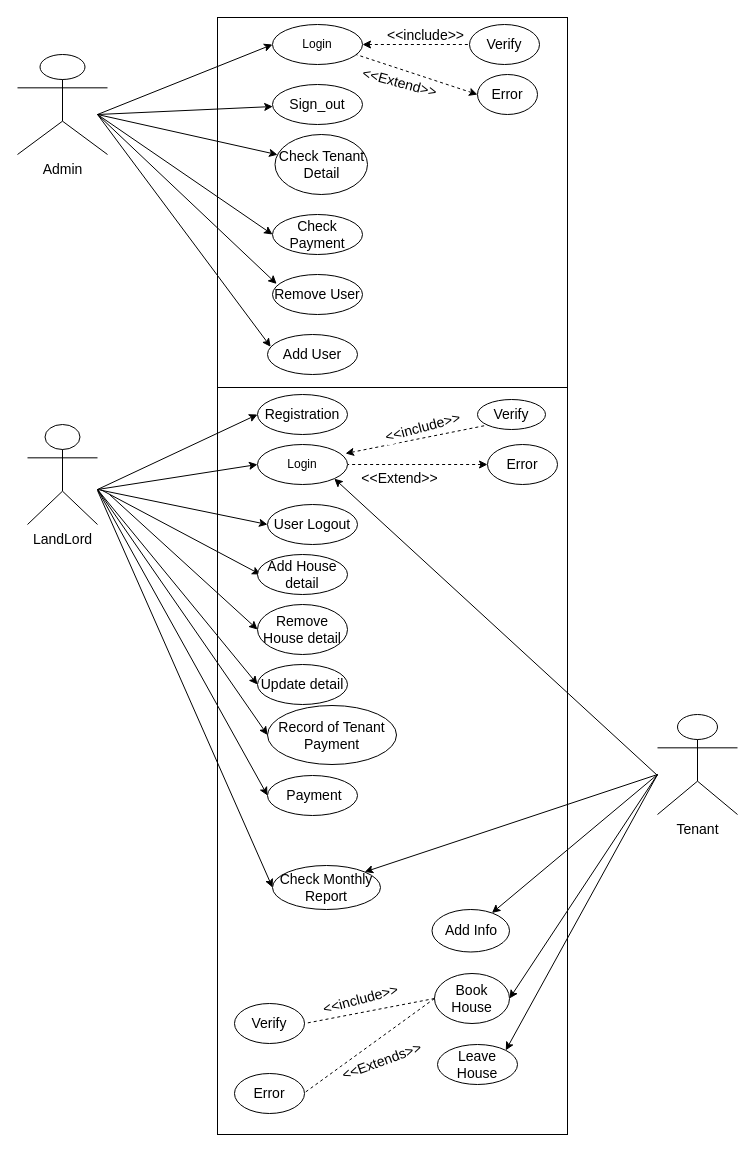
The draw.io diagram page "UseCase" (5 of 7) of GharBeti(Diagrams).drawio in Sbdpratik/gharbeti, before the edit. Source tidied: cells renumbered, new cells numbered last; positions are measured from the earlier drawing's top-left corner, leaving out a move shared by most shapes. Both pictures are drawn from the tidied source at 100%, with x=0, y=0 at pixel (17, 17).
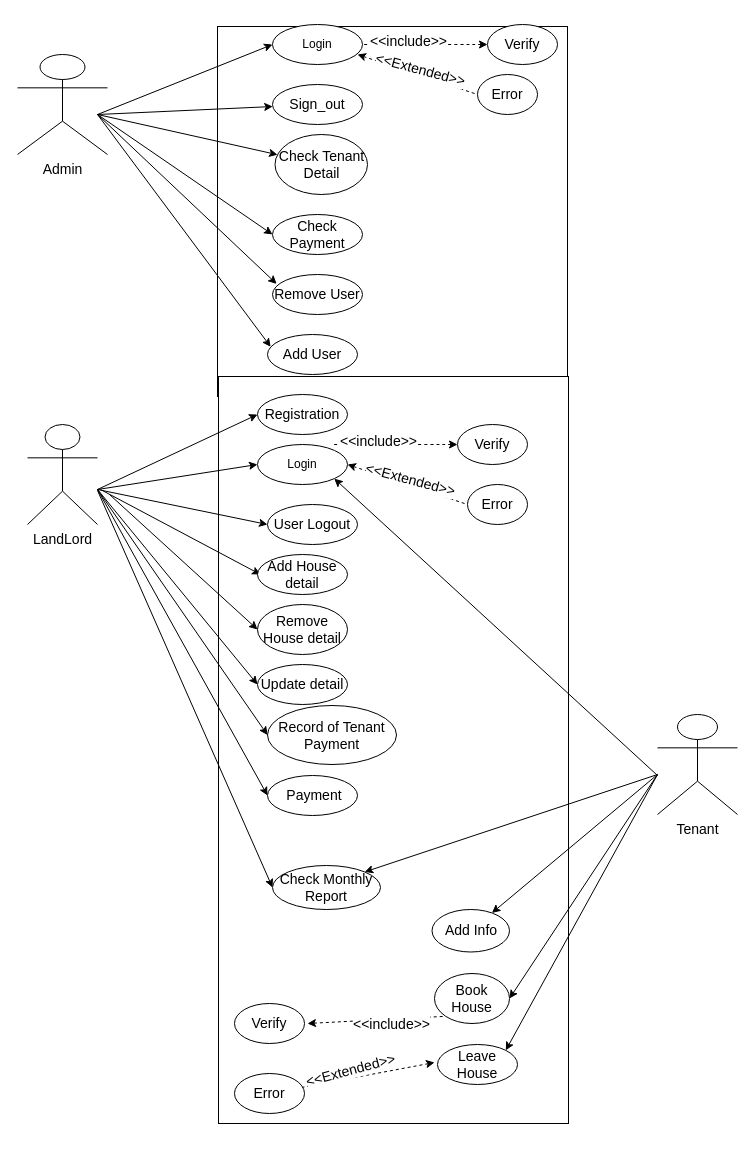
The same page after the edit.

The change refers to these unchanged cells:
```xml
<mxCell id="4" value="Login" style="ellipse;whiteSpace=wrap;html=1;" parent="1" vertex="1">
  <mxGeometry x="255" y="7" width="90" height="40" as="geometry" />
</mxCell>
<mxCell id="9" value="Login" style="ellipse;whiteSpace=wrap;html=1;" parent="1" vertex="1">
  <mxGeometry x="240" y="427" width="90" height="40" as="geometry" />
</mxCell>
<mxCell id="12" value="&lt;font style=&quot;font-size: 14px&quot;&gt;Error&lt;/font&gt;" style="ellipse;whiteSpace=wrap;html=1;" parent="1" vertex="1">
  <mxGeometry x="460" y="57" width="60" height="40" as="geometry" />
</mxCell>
<mxCell id="43" value="&lt;font style=&quot;font-size: 14px&quot;&gt;Book House&lt;/font&gt;" style="ellipse;whiteSpace=wrap;html=1;rounded=1;" parent="1" vertex="1">
  <mxGeometry x="417" y="956" width="75" height="50" as="geometry" />
</mxCell>
<mxCell id="46" value="&lt;font style=&quot;font-size: 14px&quot;&gt;Error&lt;/font&gt;" style="ellipse;whiteSpace=wrap;html=1;rounded=1;" parent="1" vertex="1">
  <mxGeometry x="217" y="1056" width="70" height="40" as="geometry" />
</mxCell>
<mxCell id="47" value="&lt;font style=&quot;font-size: 14px&quot;&gt;Verify&lt;/font&gt;" style="ellipse;whiteSpace=wrap;html=1;rounded=1;" parent="1" vertex="1">
  <mxGeometry x="217" y="986" width="70" height="40" as="geometry" />
</mxCell>
```

Change to the diagram source:
```diff
@@
     <mxCell id="2" style="rounded=0;whiteSpace=wrap;html=1;" parent="1" vertex="1">
-      <mxGeometry x="200" width="350" height="370" as="geometry" />
+      <mxGeometry x="200" y="9" width="350" height="370" as="geometry" />
     </mxCell>
     <mxCell id="3" style="rounded=0;whiteSpace=wrap;html=1;" parent="1" vertex="1">
-      <mxGeometry x="200" y="370" width="350" height="747" as="geometry" />
+      <mxGeometry x="201" y="359" width="350" height="747" as="geometry" />
     </mxCell>
@@
     <mxCell id="13" value="&lt;font style=&quot;font-size: 14px&quot;&gt;Verify&lt;/font&gt;" style="ellipse;whiteSpace=wrap;html=1;" parent="1" vertex="1">
-      <mxGeometry x="452" y="7" width="70" height="40" as="geometry" />
+      <mxGeometry x="470" y="7" width="70" height="40" as="geometry" />
     </mxCell>
-    <mxCell id="14" style="endArrow=none;dashed=1;html=1;entryX=0;entryY=0.5;entryDx=0;entryDy=0;startArrow=classic;startFill=1;" parent="1" edge="1" target="13">
-      <mxGeometry relative="1" as="geometry">
-        <mxPoint x="345" y="27" as="sourcePoint" />
-      </mxGeometry>
-    </mxCell>
-    <mxCell id="15" value="&lt;font style=&quot;font-size: 14px&quot;&gt;&amp;lt;&amp;lt;include&amp;gt;&amp;gt;&lt;/font&gt;" style="edgeLabel;html=1;align=center;verticalAlign=middle;" parent="14" vertex="1">
-      <mxGeometry x="0.25" y="2" relative="1" as="geometry">
-        <mxPoint x="-5" y="-8" as="offset" />
-      </mxGeometry>
-    </mxCell>
@@
-    <mxCell id="33" value="&lt;font style=&quot;font-size: 14px&quot;&gt;Error&lt;/font&gt;" style="ellipse;whiteSpace=wrap;html=1;" parent="1" vertex="1">
-      <mxGeometry x="470" y="427" width="70" height="40" as="geometry" />
-    </mxCell>
-    <mxCell id="34" value="&lt;font style=&quot;font-size: 14px&quot;&gt;Verify&lt;/font&gt;" style="ellipse;whiteSpace=wrap;html=1;" parent="1" vertex="1">
-      <mxGeometry x="460" y="382" width="68" height="30" as="geometry" />
-    </mxCell>
@@
-    <mxCell id="48" style="endArrow=none;dashed=1;html=1;entryX=1;entryY=0.5;entryDx=0;entryDy=0;exitX=0;exitY=0.5;exitDx=0;exitDy=0;" parent="1" edge="1" source="43" target="47">
-      <mxGeometry relative="1" as="geometry" />
-    </mxCell>
-    <mxCell id="49" value="&lt;font style=&quot;font-size: 14px&quot;&gt;&amp;lt;&amp;lt;include&amp;gt;&amp;gt;&lt;/font&gt;" style="edgeLabel;html=1;align=center;verticalAlign=middle;rotation=-15;" parent="48" vertex="1">
-      <mxGeometry x="0.57" y="2" relative="1" as="geometry">
-        <mxPoint x="27" y="-21" as="offset" />
-      </mxGeometry>
-    </mxCell>
-    <mxCell id="50" style="endArrow=none;dashed=1;html=1;entryX=0;entryY=0.5;entryDx=0;entryDy=0;exitX=0;exitY=0.5;exitDx=0;exitDy=0;" parent="1" edge="1" source="43">
-      <mxGeometry relative="1" as="geometry">
-        <mxPoint x="286" y="1076" as="targetPoint" />
-      </mxGeometry>
-    </mxCell>
-    <mxCell id="51" value="&lt;font style=&quot;font-size: 14px&quot;&gt;&amp;lt;&amp;lt;Extends&amp;gt;&amp;gt;&lt;/font&gt;" style="edgeLabel;html=1;align=center;verticalAlign=middle;rotation=-20;" parent="50" vertex="1">
-      <mxGeometry x="0.35" y="3" relative="1" as="geometry">
-        <mxPoint x="33" y="-4" as="offset" />
-      </mxGeometry>
-    </mxCell>
@@
-    <mxCell id="57" style="endArrow=none;dashed=1;html=1;entryX=0;entryY=0.5;entryDx=0;entryDy=0;startArrow=classic;startFill=1;exitX=0;exitY=0.5;exitDx=0;exitDy=0;" parent="1" edge="1" source="12">
-      <mxGeometry relative="1" as="geometry">
-        <mxPoint x="338.5" y="37" as="targetPoint" />
-      </mxGeometry>
-    </mxCell>
-    <mxCell id="58" value="&lt;font style=&quot;font-size: 14px&quot;&gt;&amp;lt;&amp;lt;Extend&amp;gt;&amp;gt;&lt;/font&gt;" style="edgeLabel;html=1;align=center;verticalAlign=middle;rotation=15;" parent="57" vertex="1">
-      <mxGeometry x="0.25" y="2" relative="1" as="geometry">
-        <mxPoint x="-2" y="11" as="offset" />
-      </mxGeometry>
-    </mxCell>
-    <mxCell id="59" style="endArrow=none;dashed=1;html=1;startArrow=classic;startFill=1;entryX=0;entryY=1;entryDx=0;entryDy=0;exitX=0.978;exitY=0.225;exitDx=0;exitDy=0;exitPerimeter=0;" parent="1" edge="1" source="9" target="34">
-      <mxGeometry relative="1" as="geometry" />
-    </mxCell>
-    <mxCell id="60" value="&lt;font style=&quot;font-size: 14px&quot;&gt;&amp;lt;&amp;lt;include&amp;gt;&amp;gt;&lt;/font&gt;" style="edgeLabel;html=1;align=center;verticalAlign=middle;rotation=-15;" parent="59" vertex="1">
-      <mxGeometry x="0.25" y="2" relative="1" as="geometry">
-        <mxPoint x="-11.5" y="-7" as="offset" />
-      </mxGeometry>
-    </mxCell>
-    <mxCell id="61" style="endArrow=none;dashed=1;html=1;entryX=0;entryY=0.5;entryDx=0;entryDy=0;startArrow=classic;startFill=1;exitX=0;exitY=0.5;exitDx=0;exitDy=0;" parent="1" edge="1" source="33">
-      <mxGeometry relative="1" as="geometry">
-        <mxPoint x="330.5" y="447" as="targetPoint" />
-      </mxGeometry>
-    </mxCell>
-    <mxCell id="62" value="&lt;font style=&quot;font-size: 14px&quot;&gt;&amp;lt;&amp;lt;Extend&amp;gt;&amp;gt;&lt;/font&gt;" style="edgeLabel;html=1;align=center;verticalAlign=middle;rotation=0;" parent="61" vertex="1">
-      <mxGeometry x="0.25" y="2" relative="1" as="geometry">
-        <mxPoint x="-2" y="11" as="offset" />
-      </mxGeometry>
-    </mxCell>
+    <mxCell id="63" style="endArrow=none;dashed=1;html=1;entryX=1;entryY=0.5;entryDx=0;entryDy=0;startArrow=classic;startFill=1;exitX=0;exitY=0.5;exitDx=0;exitDy=0;" parent="1" edge="1" source="13" target="4">
+      <mxGeometry relative="1" as="geometry">
+        <Array as="points">
+          <mxPoint x="447" y="27" />
+        </Array>
+      </mxGeometry>
+    </mxCell>
+    <mxCell id="64" value="&lt;font style=&quot;font-size: 14px&quot;&gt;&amp;lt;&amp;lt;include&amp;gt;&amp;gt;&lt;/font&gt;" style="edgeLabel;html=1;align=center;verticalAlign=middle;rotation=0;" parent="63" vertex="1">
+      <mxGeometry x="0.25" y="2" relative="1" as="geometry">
+        <mxPoint x="-2" y="-6" as="offset" />
+      </mxGeometry>
+    </mxCell>
+    <mxCell id="65" style="endArrow=none;dashed=1;html=1;startArrow=classic;startFill=1;entryX=0;entryY=0.5;entryDx=0;entryDy=0;exitX=0.978;exitY=0.225;exitDx=0;exitDy=0;exitPerimeter=0;" parent="1" edge="1" target="12">
+      <mxGeometry relative="1" as="geometry">
+        <mxPoint x="340" y="37" as="sourcePoint" />
+      </mxGeometry>
+    </mxCell>
+    <mxCell id="66" value="&lt;font style=&quot;font-size: 14px&quot;&gt;&amp;lt;&amp;lt;Extended&amp;gt;&amp;gt;&lt;/font&gt;" style="edgeLabel;html=1;align=center;verticalAlign=middle;rotation=15;" parent="65" vertex="1">
+      <mxGeometry x="0.25" y="2" relative="1" as="geometry">
+        <mxPoint x="-13.4" y="-8.6" as="offset" />
+      </mxGeometry>
+    </mxCell>
+    <mxCell id="67" style="endArrow=none;dashed=1;html=1;startArrow=classic;startFill=1;entryX=0;entryY=0.5;entryDx=0;entryDy=0;exitX=0.978;exitY=0.225;exitDx=0;exitDy=0;exitPerimeter=0;" parent="1" edge="1" target="33">
+      <mxGeometry relative="1" as="geometry">
+        <mxPoint x="330" y="447" as="sourcePoint" />
+      </mxGeometry>
+    </mxCell>
+    <mxCell id="68" value="&lt;font style=&quot;font-size: 14px&quot;&gt;&amp;lt;&amp;lt;Extended&amp;gt;&amp;gt;&lt;/font&gt;" style="edgeLabel;html=1;align=center;verticalAlign=middle;rotation=15;" parent="67" vertex="1">
+      <mxGeometry x="0.25" y="2" relative="1" as="geometry">
+        <mxPoint x="-13.4" y="-8.6" as="offset" />
+      </mxGeometry>
+    </mxCell>
+    <mxCell id="33" value="&lt;font style=&quot;font-size: 14px&quot;&gt;Error&lt;/font&gt;" style="ellipse;whiteSpace=wrap;html=1;" parent="1" vertex="1">
+      <mxGeometry x="450" y="467" width="60" height="40" as="geometry" />
+    </mxCell>
+    <mxCell id="69" style="endArrow=none;dashed=1;html=1;startArrow=classic;startFill=1;exitX=0;exitY=0.5;exitDx=0;exitDy=0;" parent="1" edge="1" source="34">
+      <mxGeometry relative="1" as="geometry">
+        <mxPoint x="315" y="427" as="targetPoint" />
+        <Array as="points">
+          <mxPoint x="417" y="427" />
+        </Array>
+      </mxGeometry>
+    </mxCell>
+    <mxCell id="70" value="&lt;font style=&quot;font-size: 14px&quot;&gt;&amp;lt;&amp;lt;include&amp;gt;&amp;gt;&lt;/font&gt;" style="edgeLabel;html=1;align=center;verticalAlign=middle;rotation=0;" parent="69" vertex="1">
+      <mxGeometry x="0.25" y="2" relative="1" as="geometry">
+        <mxPoint x="-2" y="-6" as="offset" />
+      </mxGeometry>
+    </mxCell>
+    <mxCell id="34" value="&lt;font style=&quot;font-size: 14px&quot;&gt;Verify&lt;/font&gt;" style="ellipse;whiteSpace=wrap;html=1;" parent="1" vertex="1">
+      <mxGeometry x="440" y="407" width="70" height="40" as="geometry" />
+    </mxCell>
+    <mxCell id="71" style="endArrow=none;dashed=1;html=1;startArrow=classic;startFill=1;entryX=0;entryY=1;entryDx=0;entryDy=0;" parent="1" edge="1" target="43">
+      <mxGeometry relative="1" as="geometry">
+        <mxPoint x="290" y="1006" as="sourcePoint" />
+        <Array as="points">
+          <mxPoint x="290" y="1006" />
+        </Array>
+      </mxGeometry>
+    </mxCell>
+    <mxCell id="72" value="&lt;font style=&quot;font-size: 14px&quot;&gt;&amp;lt;&amp;lt;include&amp;gt;&amp;gt;&lt;/font&gt;" style="edgeLabel;html=1;align=center;verticalAlign=middle;rotation=0;" parent="71" vertex="1">
+      <mxGeometry x="0.25" y="2" relative="1" as="geometry">
+        <mxPoint x="-1.8" y="6.5" as="offset" />
+      </mxGeometry>
+    </mxCell>
+    <mxCell id="73" style="endArrow=none;dashed=1;html=1;startArrow=classic;startFill=1;exitX=0.978;exitY=0.225;exitDx=0;exitDy=0;exitPerimeter=0;" parent="1" edge="1" target="46">
+      <mxGeometry relative="1" as="geometry">
+        <mxPoint x="417" y="1045" as="sourcePoint" />
+      </mxGeometry>
+    </mxCell>
+    <mxCell id="74" value="&lt;font style=&quot;font-size: 14px&quot;&gt;&amp;lt;&amp;lt;Extended&amp;gt;&amp;gt;&lt;/font&gt;" style="edgeLabel;html=1;align=center;verticalAlign=middle;rotation=-15;" parent="73" vertex="1">
+      <mxGeometry x="0.25" y="2" relative="1" as="geometry">
+        <mxPoint x="-2.6" y="-10.1" as="offset" />
+      </mxGeometry>
+    </mxCell>
```
